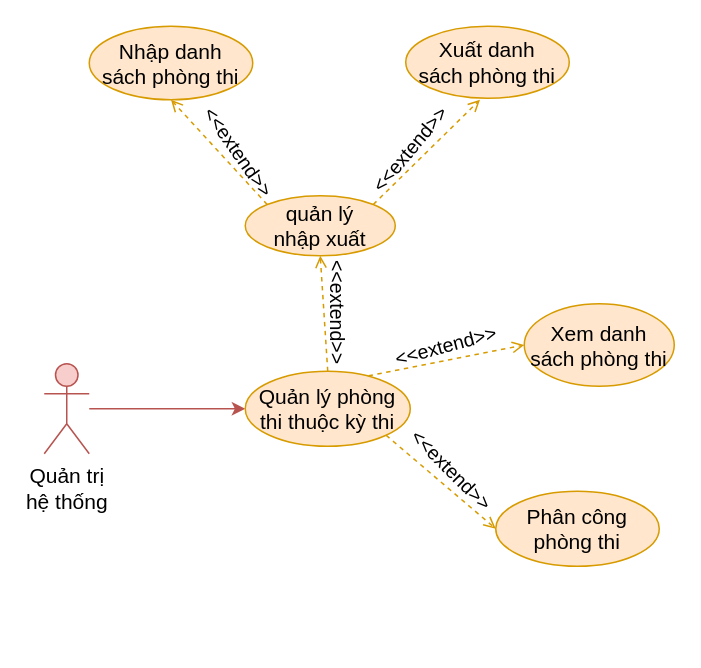
This is document/temp/draw/usecase_phanra/usecase_phongthithuockythi.drawio from copecute/Edudex-Quiz, a draw.io file, before an edit. Source tidied: cells renumbered, new cells numbered last; positions are measured from the earlier drawing's top-left corner, leaving out a move shared by most shapes. Both pictures are drawn from the tidied source at 150%, with x=0, y=0 at pixel (44, 26).
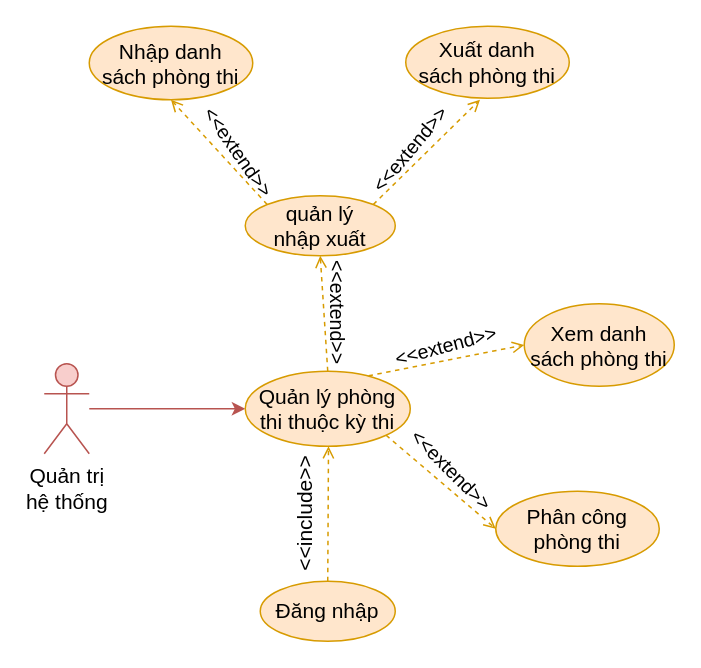
The same page after the edit.

The edit, as a diff of the source:
```diff
@@
+    <mxCell id="20" style="rounded=0;jettySize=auto;html=1;exitX=0.5;exitY=0;exitDx=0;exitDy=0;entryX=0.5;entryY=1;entryDx=0;entryDy=0;fillColor=#ffe6cc;strokeColor=#d79b00;endArrow=open;endFill=0;dashed=1;" parent="1" edge="1" source="21">
+      <mxGeometry relative="1" as="geometry">
+        <mxPoint x="189.5" y="280" as="targetPoint" />
+      </mxGeometry>
+    </mxCell>
+    <mxCell id="21" value="Đăng nhập" style="ellipse;whiteSpace=wrap;html=1;fillColor=#ffe6cc;strokeColor=#d79b00;fontSize=14;" parent="1" vertex="1">
+      <mxGeometry x="144" y="370" width="90" height="40" as="geometry" />
+    </mxCell>
+    <mxCell id="22" value="&lt;font&gt;&amp;lt;&amp;lt;include&amp;gt;&amp;gt;&lt;/font&gt;" style="text;html=1;strokeColor=none;fillColor=none;align=center;verticalAlign=middle;whiteSpace=wrap;rounded=0;rotation=-90;fontSize=14;" parent="1" vertex="1">
+      <mxGeometry x="144" y="310" width="60" height="30" as="geometry" />
+    </mxCell>
```
